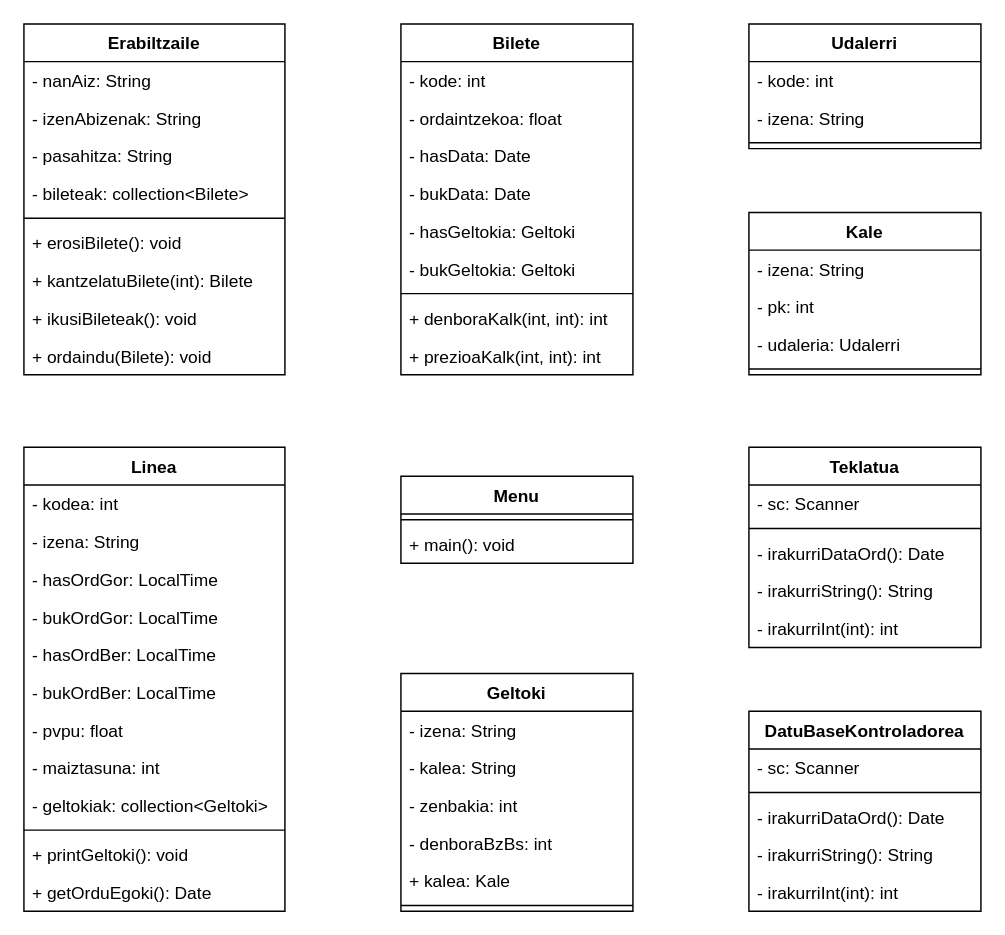
Earlier version of the draw.io diagram Documentacion/klaseDiagrama.drawio (PetaldoiPorramador/ErronkaBus). Source tidied: cells renumbered, new cells numbered last; positions are measured from the earlier drawing's top-left corner, leaving out a move shared by most shapes. Both pictures are drawn from the tidied source at 145%, with x=0, y=0 at pixel (23, 23).
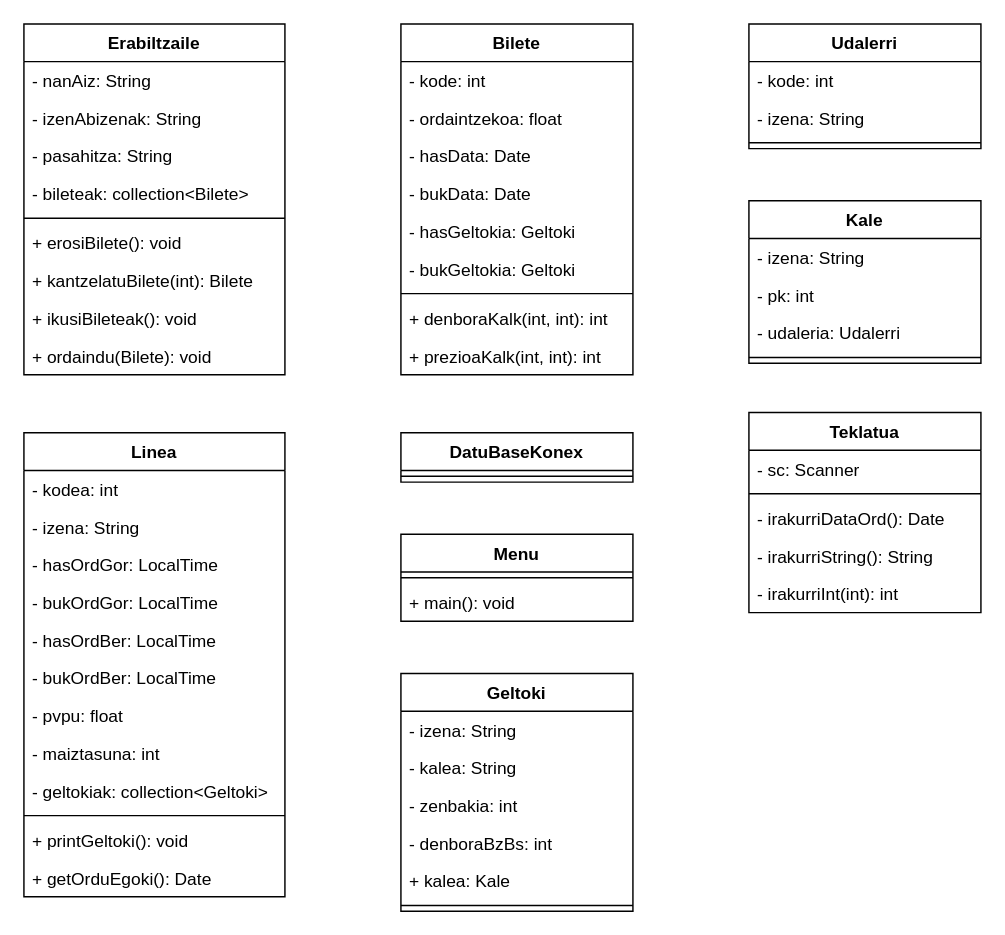
The same diagram, later.

What changed in the source:
```diff
@@
     <mxCell id="22" value="Linea" style="swimlane;fontStyle=1;align=center;verticalAlign=top;horizontal=1;startSize=26;" parent="1" vertex="1">
-      <mxGeometry y="292" width="180" height="320" as="geometry" />
+      <mxGeometry y="282" width="180" height="320" as="geometry" />
     </mxCell>
@@
     <mxCell id="42" value="Kale" style="swimlane;fontStyle=1;align=center;verticalAlign=top;horizontal=1;startSize=26;" parent="1" vertex="1">
-      <mxGeometry x="500" y="130" width="160" height="112" as="geometry" />
+      <mxGeometry x="500" y="122" width="160" height="112" as="geometry" />
     </mxCell>
@@
     <mxCell id="51" value="Menu" style="swimlane;fontStyle=1;align=center;verticalAlign=top;horizontal=1;startSize=26;" parent="1" vertex="1">
-      <mxGeometry x="260" y="312" width="160" height="60" as="geometry" />
+      <mxGeometry x="260" y="352" width="160" height="60" as="geometry" />
     </mxCell>
@@
     <mxCell id="54" value="Teklatua" style="swimlane;fontStyle=1;align=center;verticalAlign=top;horizontal=1;startSize=26;" parent="1" vertex="1">
-      <mxGeometry x="500" y="292" width="160" height="138" as="geometry" />
+      <mxGeometry x="500" y="268" width="160" height="138" as="geometry" />
     </mxCell>
@@
-    <mxCell id="60" value="DatuBaseKontroladorea" style="swimlane;fontStyle=1;align=center;verticalAlign=top;horizontal=1;startSize=26;" parent="1" vertex="1">
-      <mxGeometry x="500" y="474" width="160" height="138" as="geometry" />
+    <mxCell id="60" value="DatuBaseKonex" style="swimlane;fontStyle=1;align=center;verticalAlign=top;horizontal=1;startSize=26;" parent="1" vertex="1">
+      <mxGeometry x="260" y="282" width="160" height="34" as="geometry" />
     </mxCell>
-    <mxCell id="61" value="- sc: Scanner" style="text;strokeColor=none;fillColor=none;align=left;verticalAlign=top;spacingLeft=4;spacingRight=4;overflow=hidden;" parent="60" vertex="1">
-      <mxGeometry y="26" width="160" height="26" as="geometry" />
-    </mxCell>
     <mxCell id="62" style="line;strokeWidth=1;fillColor=none;align=left;verticalAlign=middle;spacingTop=-1;spacingLeft=3;spacingRight=3;labelPosition=right;" parent="60" vertex="1">
-      <mxGeometry y="52" width="160" height="8" as="geometry" />
+      <mxGeometry y="26" width="160" height="8" as="geometry" />
     </mxCell>
-    <mxCell id="63" value="- irakurriDataOrd(): Date" style="text;strokeColor=none;fillColor=none;align=left;verticalAlign=top;spacingLeft=4;spacingRight=4;overflow=hidden;" parent="60" vertex="1">
-      <mxGeometry y="60" width="160" height="26" as="geometry" />
-    </mxCell>
-    <mxCell id="64" value="- irakurriString(): String" style="text;strokeColor=none;fillColor=none;align=left;verticalAlign=top;spacingLeft=4;spacingRight=4;overflow=hidden;" parent="60" vertex="1">
-      <mxGeometry y="86" width="160" height="26" as="geometry" />
-    </mxCell>
-    <mxCell id="65" value="- irakurriInt(int): int" style="text;strokeColor=none;fillColor=none;align=left;verticalAlign=top;spacingLeft=4;spacingRight=4;overflow=hidden;" parent="60" vertex="1">
-      <mxGeometry y="112" width="160" height="26" as="geometry" />
-    </mxCell>
```
